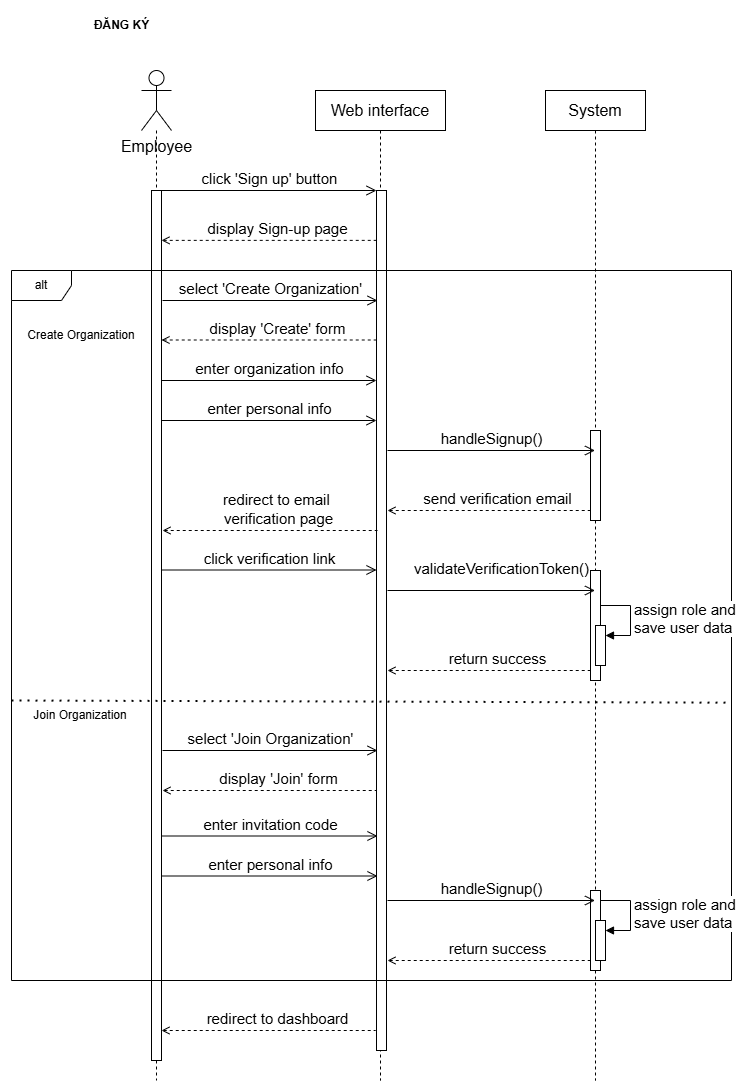
This is Dg_Sequence/Sequence Diagram-Signup.png from DavidNguyen2212/DACN-TN_Chatbot_for_Enterprise, a draw.io export, as it was before one commit. Source tidied: cells renumbered, new cells last; positions are measured from the earlier drawing's top-left corner, leaving out a move shared by most shapes.
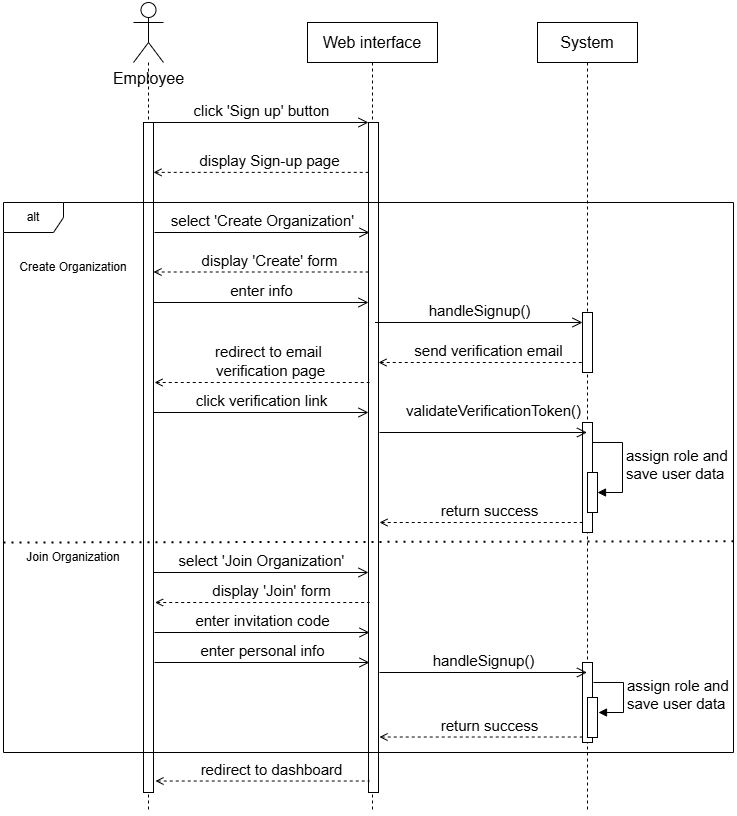
Above is the later version.

The edit, as a diff of the source:
```diff
@@ -5,7 +5,7 @@
     <mxCell id="2" value="&lt;div style=&quot;font-size: 16px;&quot;&gt;System&lt;/div&gt;" style="shape=umlLifeline;perimeter=lifelinePerimeter;whiteSpace=wrap;html=1;newEdgeStyle={&quot;edgeStyle&quot;:&quot;elbowEdgeStyle&quot;,&quot;elbow&quot;:&quot;vertical&quot;,&quot;curved&quot;:0,&quot;rounded&quot;:0};fontSize=16;" parent="1" vertex="1">
-      <mxGeometry x="534" y="80" width="100" height="990" as="geometry" />
+      <mxGeometry x="534" y="80" width="100" height="790" as="geometry" />
     </mxCell>
-    <mxCell id="3" style="html=1;perimeter=orthogonalPerimeter;targetShapes=umlLifeline;newEdgeStyle={&quot;curved&quot;:0,&quot;rounded&quot;:0};fontSize=16;" parent="2" vertex="1">
-      <mxGeometry x="45" y="340" width="10" height="90" as="geometry" />
-    </mxCell>
+    <mxCell id="39" style="html=1;perimeter=orthogonalPerimeter;targetShapes=umlLifeline;newEdgeStyle={&quot;curved&quot;:0,&quot;rounded&quot;:0};fontSize=16;" parent="2" vertex="1">
+      <mxGeometry x="45" y="290" width="10" height="60" as="geometry" />
+    </mxCell>
     <mxCell id="4" value="&lt;font style=&quot;font-size: 15px;&quot;&gt;click 'Sign up' button&lt;/font&gt;" style="endArrow=open;startArrow=none;endFill=0;startFill=0;endSize=8;html=1;verticalAlign=bottom;labelBackgroundColor=none;rounded=0;fontSize=16;" parent="2" edge="1">
@@ -16,16 +16,16 @@
     </mxCell>
-    <mxCell id="5" style="html=1;perimeter=orthogonalPerimeter;targetShapes=umlLifeline;newEdgeStyle={&quot;curved&quot;:0,&quot;rounded&quot;:0};fontSize=16;" parent="2" vertex="1">
-      <mxGeometry x="45" y="800" width="10" height="80" as="geometry" />
-    </mxCell>
+    <mxCell id="40" style="html=1;perimeter=orthogonalPerimeter;targetShapes=umlLifeline;newEdgeStyle={&quot;curved&quot;:0,&quot;rounded&quot;:0};fontSize=16;" parent="2" vertex="1">
+      <mxGeometry x="45" y="640" width="10" height="80" as="geometry" />
+    </mxCell>
     <mxCell id="6" value="Web interface" style="shape=umlLifeline;perimeter=lifelinePerimeter;whiteSpace=wrap;html=1;newEdgeStyle={&quot;edgeStyle&quot;:&quot;elbowEdgeStyle&quot;,&quot;elbow&quot;:&quot;vertical&quot;,&quot;curved&quot;:0,&quot;rounded&quot;:0};fontSize=16;" parent="1" vertex="1">
-      <mxGeometry x="304" y="80" width="130" height="990" as="geometry" />
+      <mxGeometry x="304" y="80" width="130" height="790" as="geometry" />
     </mxCell>
-    <mxCell id="7" style="html=1;perimeter=orthogonalPerimeter;targetShapes=umlLifeline;newEdgeStyle={&quot;curved&quot;:0,&quot;rounded&quot;:0};fontSize=16;" parent="6" vertex="1">
-      <mxGeometry x="61" y="100" width="10" height="860" as="geometry" />
-    </mxCell>
-    <mxCell id="8" style="edgeStyle=orthogonalEdgeStyle;rounded=0;jettySize=auto;html=1;endArrow=none;endFill=0;dashed=1;fontSize=16;" parent="1" edge="1" source="9">
-      <mxGeometry relative="1" as="geometry">
-        <mxPoint x="145" y="1070" as="targetPoint" />
-      </mxGeometry>
-    </mxCell>
+    <mxCell id="41" style="html=1;perimeter=orthogonalPerimeter;targetShapes=umlLifeline;newEdgeStyle={&quot;curved&quot;:0,&quot;rounded&quot;:0};fontSize=16;" parent="6" vertex="1">
+      <mxGeometry x="61" y="100" width="10" height="670" as="geometry" />
+    </mxCell>
+    <mxCell id="42" style="edgeStyle=orthogonalEdgeStyle;rounded=0;jettySize=auto;html=1;endArrow=none;endFill=0;dashed=1;fontSize=16;" parent="1" edge="1" source="9">
+      <mxGeometry relative="1" as="geometry">
+        <mxPoint x="145" y="870" as="targetPoint" />
+      </mxGeometry>
+    </mxCell>
     <mxCell id="9" value="Employee" style="shape=umlActor;verticalLabelPosition=bottom;verticalAlign=top;html=1;fontSize=16;" parent="1" vertex="1">
@@ -33,14 +33,11 @@
     </mxCell>
-    <mxCell id="10" style="html=1;points=[[0,0,0,0,5],[0,1,0,0,-5],[1,0,0,0,5],[1,1,0,0,-5]];perimeter=orthogonalPerimeter;outlineConnect=0;targetShapes=umlLifeline;portConstraint=eastwest;newEdgeStyle={&quot;curved&quot;:0,&quot;rounded&quot;:0};fontSize=16;" parent="1" vertex="1">
-      <mxGeometry x="140" y="180" width="10" height="870" as="geometry" />
-    </mxCell>
-    <mxCell id="11" value="&lt;b&gt;ĐĂNG KÝ&lt;/b&gt;" style="text;html=1;align=center;verticalAlign=middle;strokeColor=none;fillColor=none;" parent="1" vertex="1">
-      <mxGeometry x="70" width="80" height="30" as="geometry" />
-    </mxCell>
-    <mxCell id="12" value="&lt;font style=&quot;font-size: 15px;&quot;&gt;handleSignup()&lt;/font&gt;" style="endArrow=open;startArrow=none;endFill=0;startFill=0;endSize=8;html=1;verticalAlign=bottom;labelBackgroundColor=none;rounded=0;fontSize=16;" parent="1" edge="1">
-      <mxGeometry relative="1" as="geometry">
-        <mxPoint x="376" y="440" as="sourcePoint" />
-        <mxPoint x="583.5" y="440" as="targetPoint" />
-      </mxGeometry>
-    </mxCell>
+    <mxCell id="43" style="html=1;perimeter=orthogonalPerimeter;targetShapes=umlLifeline;newEdgeStyle={&quot;curved&quot;:0,&quot;rounded&quot;:0};fontSize=16;" parent="1" vertex="1">
+      <mxGeometry x="140" y="180" width="10" height="670" as="geometry" />
+    </mxCell>
+    <mxCell id="44" value="&lt;font style=&quot;font-size: 15px;&quot;&gt;handleSignup()&lt;/font&gt;" style="endArrow=open;startArrow=none;endFill=0;startFill=0;endSize=8;html=1;verticalAlign=bottom;labelBackgroundColor=none;rounded=0;fontSize=16;" parent="1" edge="1">
+      <mxGeometry relative="1" as="geometry">
+        <mxPoint x="371.5" y="380" as="sourcePoint" />
+        <mxPoint x="579" y="380" as="targetPoint" />
+      </mxGeometry>
+    </mxCell>
     <mxCell id="13" value="&lt;font style=&quot;font-size: 15px;&quot;&gt;display Sign-up page&lt;/font&gt;" style="endArrow=none;startArrow=open;endFill=0;startFill=0;endSize=8;html=1;verticalAlign=bottom;dashed=1;labelBackgroundColor=none;rounded=0;fontSize=16;exitX=1.4;exitY=0.163;exitDx=0;exitDy=0;exitPerimeter=0;" parent="1" edge="1">
@@ -52,3 +49,3 @@
     <mxCell id="14" value="alt" style="shape=umlFrame;whiteSpace=wrap;html=1;" parent="1" vertex="1">
-      <mxGeometry y="260" width="720" height="710" as="geometry" />
+      <mxGeometry y="260" width="730" height="550" as="geometry" />
     </mxCell>
@@ -63,18 +60,12 @@
     </mxCell>
-    <mxCell id="17" value="&lt;span style=&quot;font-size: 15px;&quot;&gt;enter organization info&lt;/span&gt;" style="endArrow=open;startArrow=none;endFill=0;startFill=0;endSize=8;html=1;verticalAlign=bottom;labelBackgroundColor=none;rounded=0;fontSize=16;" parent="1" edge="1">
-      <mxGeometry relative="1" as="geometry">
-        <mxPoint x="150" y="370" as="sourcePoint" />
-        <mxPoint x="365" y="370" as="targetPoint" />
-      </mxGeometry>
-    </mxCell>
-    <mxCell id="18" value="&lt;span style=&quot;font-size: 15px;&quot;&gt;enter personal info&lt;/span&gt;" style="endArrow=open;startArrow=none;endFill=0;startFill=0;endSize=8;html=1;verticalAlign=bottom;labelBackgroundColor=none;rounded=0;fontSize=16;" parent="1" edge="1">
-      <mxGeometry relative="1" as="geometry">
-        <mxPoint x="150" y="410" as="sourcePoint" />
-        <mxPoint x="365" y="410" as="targetPoint" />
-      </mxGeometry>
-    </mxCell>
+    <mxCell id="45" value="&lt;span style=&quot;font-size: 15px;&quot;&gt;enter info&lt;/span&gt;" style="endArrow=open;startArrow=none;endFill=0;startFill=0;endSize=8;html=1;verticalAlign=bottom;labelBackgroundColor=none;rounded=0;fontSize=16;" parent="1" edge="1">
+      <mxGeometry relative="1" as="geometry">
+        <mxPoint x="150" y="360" as="sourcePoint" />
+        <mxPoint x="365" y="360" as="targetPoint" />
+      </mxGeometry>
+    </mxCell>
     <mxCell id="19" value="&lt;font style=&quot;font-size: 15px;&quot;&gt;send verification email&lt;/font&gt;" style="endArrow=none;startArrow=open;endFill=0;startFill=0;endSize=8;html=1;verticalAlign=bottom;dashed=1;labelBackgroundColor=none;rounded=0;fontSize=16;exitX=1.4;exitY=0.163;exitDx=0;exitDy=0;exitPerimeter=0;" parent="1" edge="1">
       <mxGeometry x="0.08" relative="1" as="geometry">
-        <mxPoint x="376" y="500" as="sourcePoint" />
-        <mxPoint x="580" y="500" as="targetPoint" />
+        <mxPoint x="375" y="420" as="sourcePoint" />
+        <mxPoint x="579" y="420" as="targetPoint" />
       </mxGeometry>
@@ -83,14 +74,13 @@
       <mxGeometry x="0.08" relative="1" as="geometry">
-        <mxPoint x="151" y="520" as="sourcePoint" />
-        <mxPoint x="366" y="520" as="targetPoint" />
+        <mxPoint x="151" y="440" as="sourcePoint" />
+        <mxPoint x="366" y="440" as="targetPoint" />
       </mxGeometry>
     </mxCell>
-    <mxCell id="21" style="endArrow=none;dashed=1;html=1;dashPattern=1 3;strokeWidth=2;rounded=0;exitX=0.001;exitY=0.545;exitDx=0;exitDy=0;exitPerimeter=0;entryX=0.999;entryY=0.548;entryDx=0;entryDy=0;entryPerimeter=0;" parent="1" edge="1">
-      <mxGeometry relative="1" as="geometry">
-        <mxPoint y="690" as="sourcePoint" />
-        <mxPoint x="718.6" y="692.2" as="targetPoint" />
-      </mxGeometry>
-    </mxCell>
+    <mxCell id="46" style="endArrow=none;dashed=1;html=1;dashPattern=1 3;strokeWidth=2;rounded=0;exitX=0.001;exitY=0.545;exitDx=0;exitDy=0;exitPerimeter=0;entryX=1;entryY=0.616;entryDx=0;entryDy=0;entryPerimeter=0;" parent="1" edge="1" target="14">
+      <mxGeometry relative="1" as="geometry">
+        <mxPoint y="600" as="sourcePoint" />
+      </mxGeometry>
+    </mxCell>
     <mxCell id="22" value="Join Organization" style="text;html=1;align=center;verticalAlign=middle;whiteSpace=wrap;rounded=0;" parent="1" vertex="1">
-      <mxGeometry x="8.6" y="690" width="120" height="30" as="geometry" />
+      <mxGeometry x="10" y="600" width="120" height="30" as="geometry" />
     </mxCell>
@@ -98,4 +88,4 @@
       <mxGeometry relative="1" as="geometry">
-        <mxPoint x="151" y="740" as="sourcePoint" />
-        <mxPoint x="366" y="740" as="targetPoint" />
+        <mxPoint x="150" y="630" as="sourcePoint" />
+        <mxPoint x="365" y="630" as="targetPoint" />
       </mxGeometry>
@@ -104,53 +94,54 @@
       <mxGeometry relative="1" as="geometry">
-        <mxPoint x="151" y="825.5" as="sourcePoint" />
-        <mxPoint x="366" y="825.5" as="targetPoint" />
+        <mxPoint x="151" y="690" as="sourcePoint" />
+        <mxPoint x="366" y="690" as="targetPoint" />
       </mxGeometry>
     </mxCell>
-    <mxCell id="25" value="&lt;span style=&quot;font-size: 15px;&quot;&gt;enter personal info&lt;/span&gt;" style="endArrow=open;startArrow=none;endFill=0;startFill=0;endSize=8;html=1;verticalAlign=bottom;labelBackgroundColor=none;rounded=0;fontSize=16;" parent="1" edge="1">
-      <mxGeometry relative="1" as="geometry">
-        <mxPoint x="151" y="865.5" as="sourcePoint" />
-        <mxPoint x="366" y="865.5" as="targetPoint" />
-      </mxGeometry>
-    </mxCell>
-    <mxCell id="26" value="&lt;font style=&quot;font-size: 15px;&quot;&gt;handleSignup()&lt;/font&gt;" style="endArrow=open;startArrow=none;endFill=0;startFill=0;endSize=8;html=1;verticalAlign=bottom;labelBackgroundColor=none;rounded=0;fontSize=16;" parent="1" edge="1">
-      <mxGeometry relative="1" as="geometry">
-        <mxPoint x="376" y="890" as="sourcePoint" />
-        <mxPoint x="583.5" y="890" as="targetPoint" />
-      </mxGeometry>
-    </mxCell>
+    <mxCell id="47" value="&lt;span style=&quot;font-size: 15px;&quot;&gt;enter personal info&lt;/span&gt;" style="endArrow=open;startArrow=none;endFill=0;startFill=0;endSize=8;html=1;verticalAlign=bottom;labelBackgroundColor=none;rounded=0;fontSize=16;" parent="1" edge="1">
+      <mxGeometry relative="1" as="geometry">
+        <mxPoint x="151" y="720" as="sourcePoint" />
+        <mxPoint x="366" y="720" as="targetPoint" />
+      </mxGeometry>
+    </mxCell>
+    <mxCell id="48" value="&lt;font style=&quot;font-size: 15px;&quot;&gt;handleSignup()&lt;/font&gt;" style="endArrow=open;startArrow=none;endFill=0;startFill=0;endSize=8;html=1;verticalAlign=bottom;labelBackgroundColor=none;rounded=0;fontSize=16;" parent="1" edge="1">
+      <mxGeometry relative="1" as="geometry">
+        <mxPoint x="376" y="730" as="sourcePoint" />
+        <mxPoint x="583.5" y="730" as="targetPoint" />
+      </mxGeometry>
+    </mxCell>
     <mxCell id="27" value="&lt;span style=&quot;font-size: 15px;&quot;&gt;click verification link&lt;/span&gt;" style="endArrow=open;startArrow=none;endFill=0;startFill=0;endSize=8;html=1;verticalAlign=bottom;labelBackgroundColor=none;rounded=0;fontSize=16;" parent="1" edge="1">
       <mxGeometry relative="1" as="geometry">
-        <mxPoint x="150" y="559.5" as="sourcePoint" />
-        <mxPoint x="365" y="559.5" as="targetPoint" />
+        <mxPoint x="150" y="470" as="sourcePoint" />
+        <mxPoint x="365" y="470" as="targetPoint" />
       </mxGeometry>
     </mxCell>
-    <mxCell id="28" style="html=1;perimeter=orthogonalPerimeter;targetShapes=umlLifeline;newEdgeStyle={&quot;curved&quot;:0,&quot;rounded&quot;:0};fontSize=16;" parent="1" vertex="1">
-      <mxGeometry x="579" y="560" width="10" height="110" as="geometry" />
-    </mxCell>
+    <mxCell id="49" style="html=1;points=[[0,0,0,0,5],[0,1,0,0,-5],[1,0,0,0,5],[1,1,0,0,-5]];perimeter=orthogonalPerimeter;outlineConnect=0;targetShapes=umlLifeline;portConstraint=eastwest;newEdgeStyle={&quot;curved&quot;:0,&quot;rounded&quot;:0};fontSize=16;" parent="1" vertex="1">
+      <mxGeometry x="579" y="480" width="10" height="110" as="geometry" />
+    </mxCell>
     <mxCell id="29" value="&lt;font style=&quot;font-size: 15px;&quot;&gt;validateVerificationToken()&lt;/font&gt;" style="endArrow=open;startArrow=none;endFill=0;startFill=0;endSize=8;html=1;verticalAlign=bottom;labelBackgroundColor=none;rounded=0;fontSize=16;" parent="1" edge="1">
       <mxGeometry x="0.1" y="10" relative="1" as="geometry">
-        <mxPoint x="376" y="580" as="sourcePoint" />
-        <mxPoint x="583.5" y="580" as="targetPoint" />
+        <mxPoint x="376" y="490" as="sourcePoint" />
+        <mxPoint x="583.5" y="490" as="targetPoint" />
       </mxGeometry>
     </mxCell>
-    <mxCell id="30" style="html=1;points=[[0,0,0,0,5],[0,1,0,0,-5],[1,0,0,0,5],[1,1,0,0,-5]];perimeter=orthogonalPerimeter;outlineConnect=0;targetShapes=umlLifeline;portConstraint=eastwest;newEdgeStyle={&quot;curved&quot;:0,&quot;rounded&quot;:0};" parent="1" vertex="1">
-      <mxGeometry x="584" y="615" width="10" height="40" as="geometry" />
-    </mxCell>
-    <mxCell id="31" value="&lt;font style=&quot;font-size: 15px;&quot;&gt;assign role and&lt;/font&gt;&lt;div&gt;&lt;font style=&quot;font-size: 15px;&quot;&gt;save user data&lt;/font&gt;&lt;/div&gt;" style="html=1;align=left;spacingLeft=2;endArrow=block;rounded=0;edgeStyle=orthogonalEdgeStyle;curved=0;rounded=0;" parent="1" edge="1" target="30">
-      <mxGeometry relative="1" as="geometry">
-        <mxPoint x="589" y="595" as="sourcePoint" />
-        <Array as="points">
-          <mxPoint x="619" y="625" />
-        </Array>
-      </mxGeometry>
-    </mxCell>
-    <mxCell id="32" value="&lt;span style=&quot;font-size: 15px;&quot;&gt;return success&lt;/span&gt;" style="endArrow=none;startArrow=open;endFill=0;startFill=0;endSize=8;html=1;verticalAlign=bottom;dashed=1;labelBackgroundColor=none;rounded=0;fontSize=16;exitX=1.4;exitY=0.163;exitDx=0;exitDy=0;exitPerimeter=0;" parent="1" edge="1">
-      <mxGeometry x="0.08" relative="1" as="geometry">
-        <mxPoint x="376" y="660" as="sourcePoint" />
-        <mxPoint x="580" y="660" as="targetPoint" />
-      </mxGeometry>
-    </mxCell>
+    <mxCell id="50" style="html=1;points=[[0,0,0,0,5],[0,1,0,0,-5],[1,0,0,0,5],[1,1,0,0,-5]];perimeter=orthogonalPerimeter;outlineConnect=0;targetShapes=umlLifeline;portConstraint=eastwest;newEdgeStyle={&quot;curved&quot;:0,&quot;rounded&quot;:0};" parent="1" vertex="1">
+      <mxGeometry x="584" y="530" width="10" height="40" as="geometry" />
+    </mxCell>
+    <mxCell id="51" value="&lt;font style=&quot;font-size: 15px;&quot;&gt;assign role and&lt;/font&gt;&lt;div&gt;&lt;font style=&quot;font-size: 15px;&quot;&gt;save user data&lt;/font&gt;&lt;/div&gt;" style="html=1;align=left;spacingLeft=2;endArrow=block;rounded=0;edgeStyle=orthogonalEdgeStyle;curved=0;rounded=0;" parent="1" edge="1" source="49" target="50">
+      <mxGeometry relative="1" as="geometry">
+        <Array as="points">
+          <mxPoint x="619" y="500" />
+          <mxPoint x="619" y="550" />
+        </Array>
+      </mxGeometry>
+    </mxCell>
+    <mxCell id="52" value="&lt;span style=&quot;font-size: 15px;&quot;&gt;return success&lt;/span&gt;" style="endArrow=none;startArrow=open;endFill=0;startFill=0;endSize=8;html=1;verticalAlign=bottom;dashed=1;labelBackgroundColor=none;rounded=0;fontSize=16;exitX=1.4;exitY=0.163;exitDx=0;exitDy=0;exitPerimeter=0;" parent="1" edge="1">
+      <mxGeometry x="0.08" relative="1" as="geometry">
+        <mxPoint x="376" y="580" as="sourcePoint" />
+        <mxPoint x="580" y="580" as="targetPoint" />
+      </mxGeometry>
+    </mxCell>
-    <mxCell id="33" value="&lt;span style=&quot;font-size: 15px;&quot;&gt;redirect to dashboard&lt;/span&gt;" style="endArrow=none;startArrow=open;endFill=0;startFill=0;endSize=8;html=1;verticalAlign=bottom;dashed=1;labelBackgroundColor=none;rounded=0;fontSize=16;" parent="1" edge="1" source="10">
+    <mxCell id="33" value="&lt;span style=&quot;font-size: 15px;&quot;&gt;redirect to dashboard&lt;/span&gt;" style="endArrow=none;startArrow=open;endFill=0;startFill=0;endSize=8;html=1;verticalAlign=bottom;dashed=1;labelBackgroundColor=none;rounded=0;fontSize=16;" parent="1" edge="1">
       <mxGeometry x="0.08" relative="1" as="geometry">
-        <mxPoint x="364" y="1020" as="targetPoint" />
+        <mxPoint x="152" y="838.5" as="sourcePoint" />
+        <mxPoint x="366" y="838.5" as="targetPoint" />
       </mxGeometry>
@@ -165,23 +156,24 @@
       <mxGeometry x="0.08" relative="1" as="geometry">
-        <mxPoint x="151" y="780" as="sourcePoint" />
-        <mxPoint x="365.5" y="780" as="targetPoint" />
+        <mxPoint x="151.5" y="660" as="sourcePoint" />
+        <mxPoint x="366" y="660" as="targetPoint" />
       </mxGeometry>
     </mxCell>
-    <mxCell id="36" value="&lt;span style=&quot;font-size: 15px;&quot;&gt;return success&lt;/span&gt;" style="endArrow=none;startArrow=open;endFill=0;startFill=0;endSize=8;html=1;verticalAlign=bottom;dashed=1;labelBackgroundColor=none;rounded=0;fontSize=16;exitX=1.4;exitY=0.163;exitDx=0;exitDy=0;exitPerimeter=0;" parent="1" edge="1">
-      <mxGeometry x="0.08" relative="1" as="geometry">
-        <mxPoint x="376" y="950" as="sourcePoint" />
-        <mxPoint x="580" y="950" as="targetPoint" />
-      </mxGeometry>
-    </mxCell>
-    <mxCell id="37" style="html=1;points=[[0,0,0,0,5],[0,1,0,0,-5],[1,0,0,0,5],[1,1,0,0,-5]];perimeter=orthogonalPerimeter;outlineConnect=0;targetShapes=umlLifeline;portConstraint=eastwest;newEdgeStyle={&quot;curved&quot;:0,&quot;rounded&quot;:0};" parent="1" vertex="1">
-      <mxGeometry x="584" y="910" width="10" height="40" as="geometry" />
-    </mxCell>
-    <mxCell id="38" value="&lt;font style=&quot;font-size: 15px;&quot;&gt;assign role and&lt;/font&gt;&lt;div&gt;&lt;font style=&quot;font-size: 15px;&quot;&gt;save user data&lt;/font&gt;&lt;/div&gt;" style="html=1;align=left;spacingLeft=2;endArrow=block;rounded=0;edgeStyle=orthogonalEdgeStyle;curved=0;rounded=0;" parent="1" edge="1" target="37">
-      <mxGeometry relative="1" as="geometry">
-        <mxPoint x="589" y="890" as="sourcePoint" />
-        <Array as="points">
-          <mxPoint x="619" y="920" />
-        </Array>
-      </mxGeometry>
-    </mxCell>
+    <mxCell id="53" value="&lt;span style=&quot;font-size: 15px;&quot;&gt;return success&lt;/span&gt;" style="endArrow=none;startArrow=open;endFill=0;startFill=0;endSize=8;html=1;verticalAlign=bottom;dashed=1;labelBackgroundColor=none;rounded=0;fontSize=16;exitX=1.4;exitY=0.163;exitDx=0;exitDy=0;exitPerimeter=0;" parent="1" edge="1">
+      <mxGeometry x="0.08" relative="1" as="geometry">
+        <mxPoint x="376" y="794.5" as="sourcePoint" />
+        <mxPoint x="580" y="794.5" as="targetPoint" />
+      </mxGeometry>
+    </mxCell>
+    <mxCell id="54" style="html=1;perimeter=orthogonalPerimeter;targetShapes=umlLifeline;newEdgeStyle={&quot;curved&quot;:0,&quot;rounded&quot;:0};" parent="1" vertex="1">
+      <mxGeometry x="584" y="755" width="10" height="40" as="geometry" />
+    </mxCell>
+    <mxCell id="55" value="&lt;font style=&quot;font-size: 15px;&quot;&gt;assign role and&lt;/font&gt;&lt;div&gt;&lt;font style=&quot;font-size: 15px;&quot;&gt;save user data&lt;/font&gt;&lt;/div&gt;" style="html=1;align=left;spacingLeft=2;endArrow=block;rounded=0;edgeStyle=orthogonalEdgeStyle;curved=0;rounded=0;" parent="1" edge="1">
+      <mxGeometry relative="1" as="geometry">
+        <mxPoint x="590" y="740" as="sourcePoint" />
+        <mxPoint x="595" y="770" as="targetPoint" />
+        <Array as="points">
+          <mxPoint x="620" y="770" />
+        </Array>
+      </mxGeometry>
+    </mxCell>
   </root>
```
